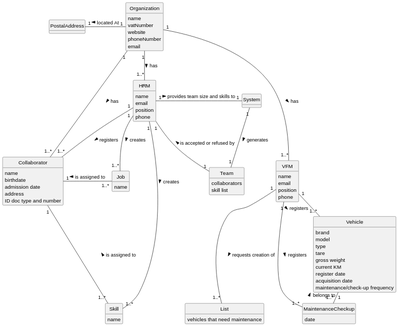
This is docs/sprint3/global-artifacts/02.analysis/svg/project-domain-model.svg from tiagosoa/lei-24-s2-1dgh-g073, a PlantUML export, as it was before one commit. The source it was exported from:
```plantuml
@startuml
skinparam monochrome true
skinparam packageStyle rectangle
skinparam shadowing false
skinparam classAttributeIconSize 0
hide circle
hide methods



class Organization {
    name
    vatNumber
    website
    phoneNumber
    email
}

class Collaborator {
    name
    birthdate
    admission date
    address
    contact info (mobile and email)
    ID doc type and number
}

class HRM {
    name
    email
    position
    phone
}

class VFM {
    name
    email
    position
    phone
}

class Skill{
    name
}

class Job{
    name
}

class System {

}

class Team {
    collaborators
    skill list
}


class Vehicle{
    brand
    model
    type
    tare
    gross weight
    current KM
    register date
    acquisition date
    maintenance/check-up frequency
}

class MaintenanceCheckup {
    date
}

class List {
    vehicles that need maintenance
}

Organization "1" -- "1..*" HRM : has >
Organization "1" --- "1..*" VFM : has >
Organization "1" --left "1..*" Collaborator: has >
HRM "1" - "1..*" Collaborator: registers >
HRM "1" -- "1..*" Skill: creates >
HRM "1" -- "1..*" Job: creates >
Collaborator "1" -left "1..*" Job: is assigned to <
Collaborator "1" -- "1..*" Skill: is assigned to <
HRM "1" -left "1" System: provides team size and skills to >
System "1" - "1" Team: generates >
HRM "1" -- "1" Team: \nis accepted or refused by <
VFM "1" - "1..*" Vehicle : registers >
VFM "1" -- "1..*" MaintenanceCheckup : registers >
Vehicle "1" - "1..*" MaintenanceCheckup : belongs to <
VFM "1" -- "1..*" List : requests creation of >

Organization "1" -left "1" PostalAddress : located At >
@enduml
```
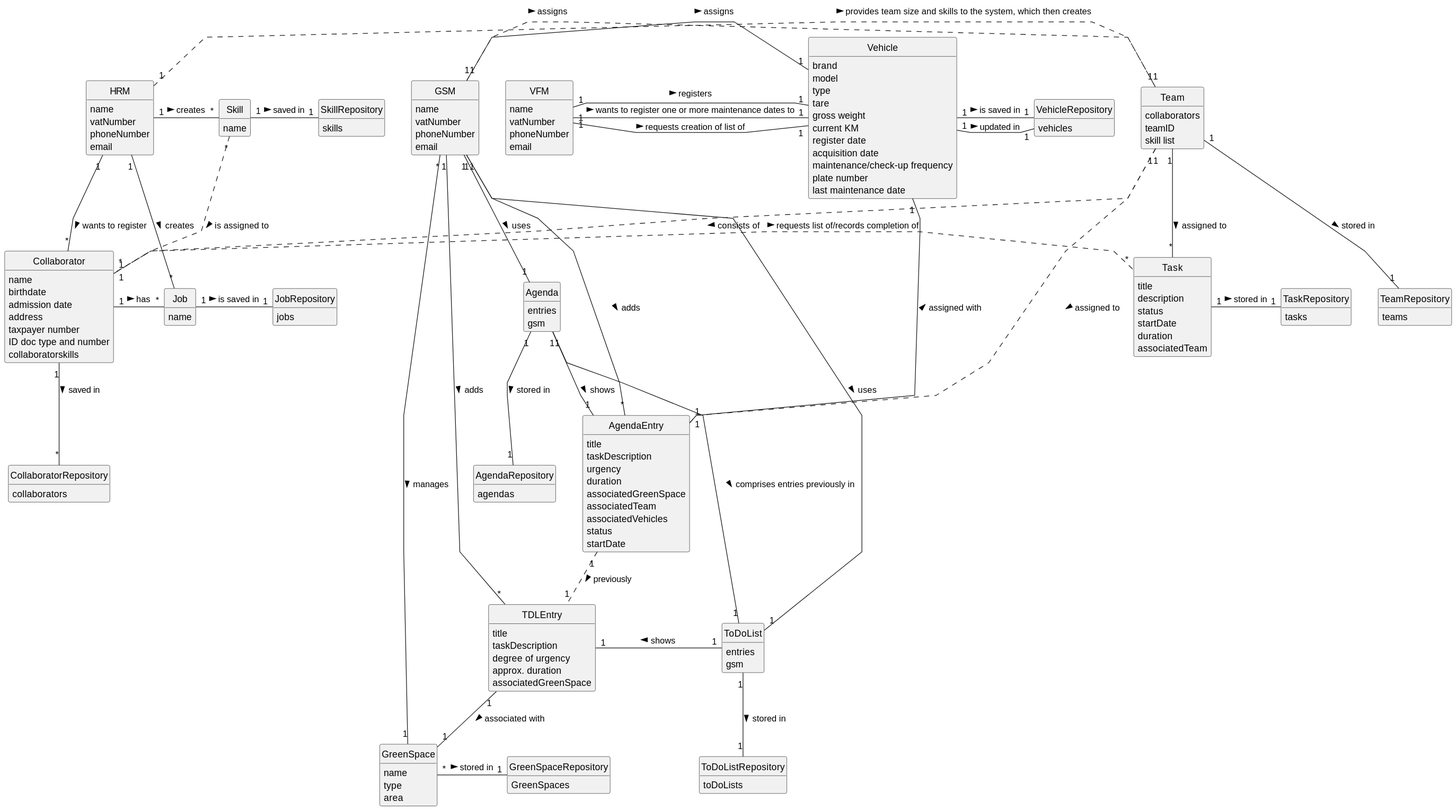
The same file after the commit.

Commit message:
Project domain model

What changed in the source:
```diff
@@ -2,18 +2,33 @@
 skinparam monochrome true
 skinparam packageStyle rectangle
 skinparam shadowing false
+skinparam linetype polyline
 skinparam classAttributeIconSize 0
 hide circle
 hide methods
 
 
-
-class Organization {
+class HRM {
     name
     vatNumber
-    website
     phoneNumber
     email
+}
+
+class Skill {
+    name
+}
+
+class SkillRepository {
+    skills
+}
+
+class Job {
+    name
+}
+
+class JobRepository {
+    jobs
 }
 
 class Collaborator {
@@ -22,42 +37,33 @@
     admission date
     address
     contact info (mobile and email)
+    taxpayer number
     ID doc type and number
+    collaboratorskills
 }
 
-class HRM {
-    name
-    email
-    position
-    phone
+class CollaboratorRepository {
+    collaborators
+}
+
+class Team {
+    collaborators
+    teamID
+    skill list
+}
+
+class TeamRepository {
+    teams
 }
 
 class VFM {
     name
+    vatNumber
+    phoneNumber
     email
-    position
-    phone
 }
 
-class Skill{
-    name
-}
-
-class Job{
-    name
-}
-
-class System {
-
-}
-
-class Team {
-    collaborators
-    skill list
-}
-
-
-class Vehicle{
+class Vehicle {
     brand
     model
     type
@@ -67,31 +73,130 @@
     register date
     acquisition date
     maintenance/check-up frequency
+    plate number
+    last maintenance date
 }
 
-class MaintenanceCheckup {
-    date
+class VehicleRepository {
+    vehicles
 }
 
-class List {
-    vehicles that need maintenance
+class GSM {
+    name
+    vatNumber
+    phoneNumber
+    email
 }
 
-Organization "1" -- "1..*" HRM : has >
-Organization "1" --- "1..*" VFM : has >
-Organization "1" --left "1..*" Collaborator: has >
-HRM "1" - "1..*" Collaborator: registers >
-HRM "1" -- "1..*" Skill: creates >
-HRM "1" -- "1..*" Job: creates >
-Collaborator "1" -left "1..*" Job: is assigned to <
-Collaborator "1" -- "1..*" Skill: is assigned to <
-HRM "1" -left "1" System: provides team size and skills to >
-System "1" - "1" Team: generates >
-HRM "1" -- "1" Team: \nis accepted or refused by <
-VFM "1" - "1..*" Vehicle : registers >
-VFM "1" -- "1..*" MaintenanceCheckup : registers >
-Vehicle "1" - "1..*" MaintenanceCheckup : belongs to <
-VFM "1" -- "1..*" List : requests creation of >
+class GreenSpace {
+    name
+    type
+    area
+}
 
-Organization "1" -left "1" PostalAddress : located At >
+class GreenSpaceRepository {
+    GreenSpaces
+}
+
+class TDLEntry {
+    title
+    taskDescription
+    degree of urgency
+    approx. duration
+    associatedGreenSpace
+}
+
+class ToDoList {
+    entries
+    gsm
+}
+
+class ToDoListRepository {
+    toDoLists
+}
+
+class AgendaEntry {
+     title
+     taskDescription
+     urgency
+     duration
+     associatedGreenSpace
+     associatedTeam
+     associatedVehicles
+     status
+     startDate
+}
+
+class Agenda {
+    entries
+    gsm
+}
+
+class AgendaRepository {
+    agendas
+}
+
+class Task {
+    title
+    description
+    status
+    startDate
+    duration
+    associatedTeam
+}
+
+class TaskRepository {
+    tasks
+}
+
+HRM "1" - "*" Skill: creates >
+Skill "1" - "1" SkillRepository: saved in >
+
+HRM "1" - "*" Job: creates >
+Job "1" - "1" JobRepository : is saved in >
+
+HRM "1" - "*" Collaborator : wants to register >
+Collaborator "1" --down "*" CollaboratorRepository : saved in >
+Collaborator "1" - "*" Job : has >
+
+Skill "*" . "1" Collaborator: is assigned to >
+
+HRM "1" . "1" Team: provides team size and skills to the system, which then creates >
+Team "1" -- "1" TeamRepository: stored in >
+
+VFM "1" - "1" Vehicle : registers >
+Vehicle "1" - "1" VehicleRepository : is saved in >
+
+VFM "1" - "1" Vehicle : wants to register one or more maintenance dates to >
+Vehicle "1" -- "1" VehicleRepository : updated in >
+
+VFM "1" -- "1" Vehicle : requests creation of list of >
+
+GreenSpace "*" - "1" GreenSpaceRepository: stored in >
+
+GSM "1" -- "*" TDLEntry: adds >
+TDLEntry "1" -- "1" GreenSpace: associated with >
+GSM "1" -- "1" ToDoList: uses >
+TDLEntry "1" - "1" ToDoList: shows <
+ToDoList "1" -- "1" ToDoListRepository: stored in >
+
+GSM "1" - "*" AgendaEntry: adds >
+GSM "1" -- "1" Agenda: uses >
+Agenda "1" -- "1" AgendaRepository: stored in >
+Agenda "1" -- "1" AgendaEntry: shows >
+AgendaEntry "1" .. "1" TDLEntry: previously >
+Agenda "1" - "1" ToDoList: comprises entries previously in >
+
+GSM "1" . "1" Team: assigns >
+Team "1" . "1" AgendaEntry: assigned to >
+
+GSM "1" - "1" Vehicle: assigns >
+Vehicle "1" - "1" AgendaEntry: assigned with <
+
+GSM "*" - "1" GreenSpace: manages >
+
+Team "1" .. "*" Collaborator: consists of >
+Collaborator "1" . "*" Task: requests list of/records completion of >
+Task "1" - "1" TaskRepository: stored in >
+Team "1" - "*" Task: assigned to >
 @enduml
```
